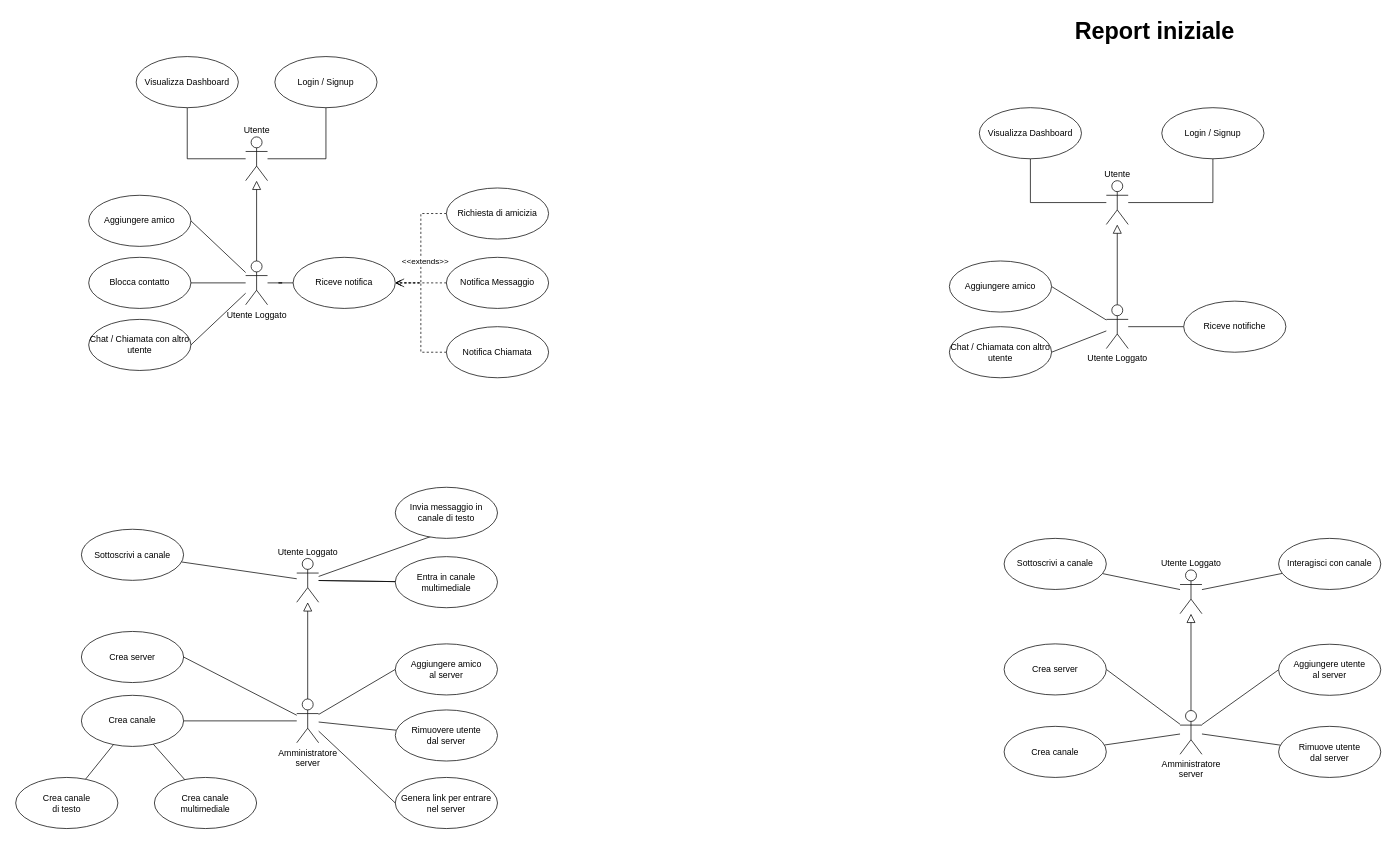
This is resources/schema.drawio from zucchero-sintattico/piperchat, a draw.io file, before an edit. Source tidied: cells renumbered, new cells numbered last; positions are measured from the earlier drawing's top-left corner, leaving out a move shared by most shapes. Both pictures are drawn from the tidied source at 73%, with x=0, y=0 at pixel (15, 12).
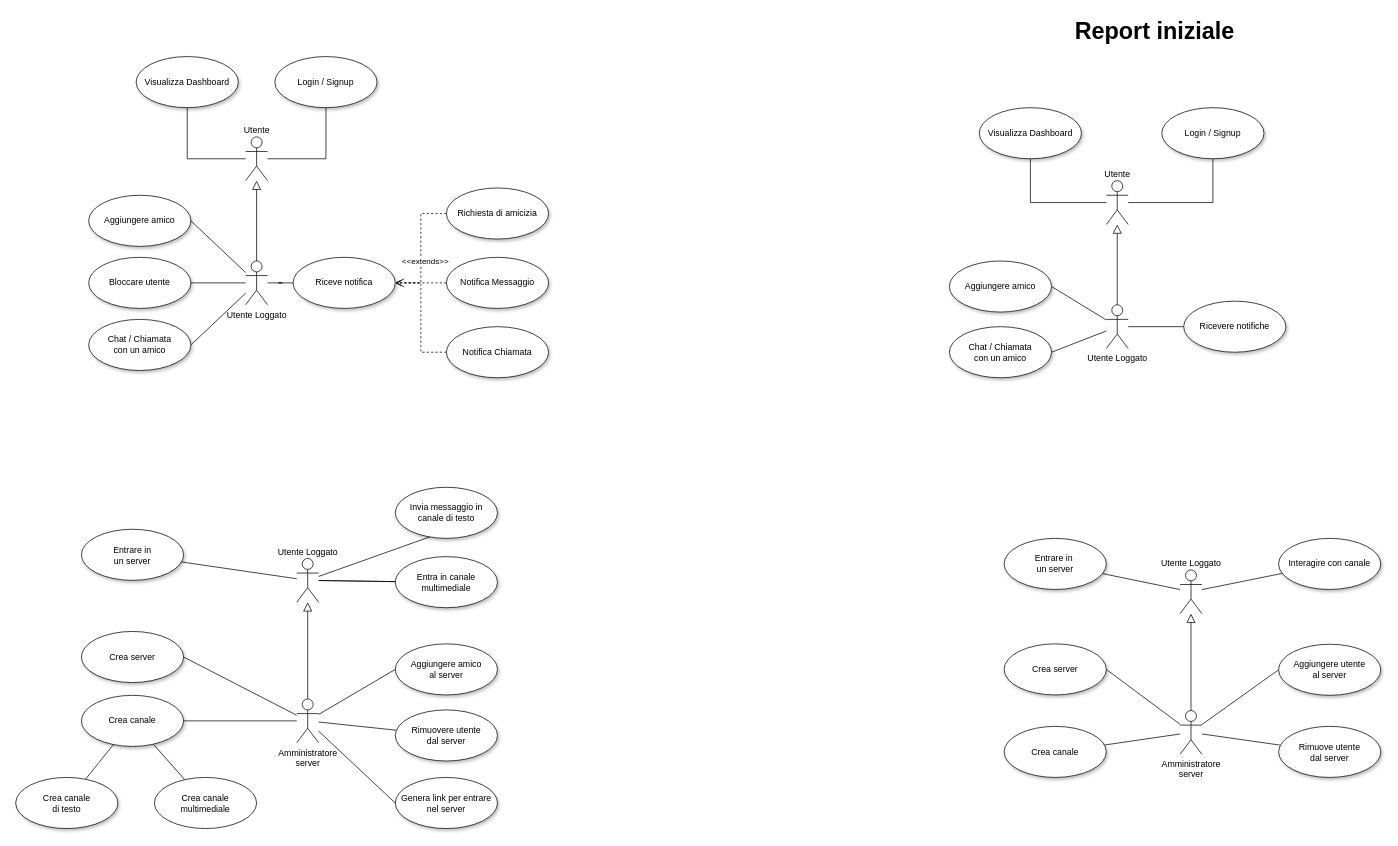
The same page after the edit.

Unchanged cells that the change refers to:
```xml
<mxCell id="43" value="Crea canale&lt;br&gt;multimediale" style="ellipse;whiteSpace=wrap;html=1;" parent="1" vertex="1">
  <mxGeometry x="190" y="1047.5" width="140" height="70" as="geometry" />
</mxCell>
```

What changed in the source:
```diff
@@
-    <mxCell id="10" value="Visualizza Dashboard" style="ellipse;whiteSpace=wrap;html=1;" parent="1" vertex="1">
+    <mxCell id="10" value="Visualizza Dashboard" style="ellipse;whiteSpace=wrap;html=1;shadow=1;" parent="1" vertex="1">
       <mxGeometry x="165" y="60" width="140" height="70" as="geometry" />
     </mxCell>
-    <mxCell id="11" value="Login / Signup" style="ellipse;whiteSpace=wrap;html=1;" parent="1" vertex="1">
+    <mxCell id="11" value="Login / Signup" style="ellipse;whiteSpace=wrap;html=1;shadow=1;" parent="1" vertex="1">
       <mxGeometry x="355" y="60" width="140" height="70" as="geometry" />
     </mxCell>
@@
-    <mxCell id="13" value="Aggiungere amico" style="ellipse;whiteSpace=wrap;html=1;" parent="1" vertex="1">
+    <mxCell id="13" value="Aggiungere amico" style="ellipse;whiteSpace=wrap;html=1;shadow=1;" parent="1" vertex="1">
       <mxGeometry x="100" y="250" width="140" height="70" as="geometry" />
     </mxCell>
-    <mxCell id="14" value="Blocca contatto" style="ellipse;whiteSpace=wrap;html=1;" parent="1" vertex="1">
+    <mxCell id="14" value="Bloccare utente" style="ellipse;whiteSpace=wrap;html=1;shadow=1;" parent="1" vertex="1">
       <mxGeometry x="100" y="335" width="140" height="70" as="geometry" />
     </mxCell>
-    <mxCell id="15" value="Chat / Chiamata con altro utente" style="ellipse;whiteSpace=wrap;html=1;" parent="1" vertex="1">
+    <mxCell id="15" value="Chat / Chiamata&lt;br&gt;con un amico" style="ellipse;whiteSpace=wrap;html=1;shadow=1;" parent="1" vertex="1">
       <mxGeometry x="100" y="420" width="140" height="70" as="geometry" />
     </mxCell>
-    <mxCell id="16" value="Riceve notifica" style="ellipse;whiteSpace=wrap;html=1;" parent="1" vertex="1">
+    <mxCell id="16" value="Riceve notifica" style="ellipse;whiteSpace=wrap;html=1;shadow=1;" parent="1" vertex="1">
       <mxGeometry x="380" y="335" width="140" height="70" as="geometry" />
     </mxCell>
@@
-    <mxCell id="18" value="Notifica Messaggio" style="ellipse;whiteSpace=wrap;html=1;" parent="1" vertex="1">
+    <mxCell id="18" value="Notifica Messaggio" style="ellipse;whiteSpace=wrap;html=1;shadow=1;" parent="1" vertex="1">
       <mxGeometry x="590" y="335" width="140" height="70" as="geometry" />
     </mxCell>
@@
-    <mxCell id="20" value="Notifica Chiamata" style="ellipse;whiteSpace=wrap;html=1;" parent="1" vertex="1">
+    <mxCell id="20" value="Notifica Chiamata" style="ellipse;whiteSpace=wrap;html=1;shadow=1;" parent="1" vertex="1">
       <mxGeometry x="590" y="430" width="140" height="70" as="geometry" />
     </mxCell>
@@
-    <mxCell id="23" value="Richiesta di amicizia" style="ellipse;whiteSpace=wrap;html=1;" parent="1" vertex="1">
+    <mxCell id="23" value="Richiesta di amicizia" style="ellipse;whiteSpace=wrap;html=1;shadow=1;" parent="1" vertex="1">
       <mxGeometry x="590" y="240" width="140" height="70" as="geometry" />
     </mxCell>
@@
-    <mxCell id="31" value="Aggiungere amico&lt;br&gt;al server" style="ellipse;whiteSpace=wrap;html=1;" parent="1" vertex="1">
+    <mxCell id="31" value="Aggiungere amico&lt;br&gt;al server" style="ellipse;whiteSpace=wrap;html=1;shadow=1;" parent="1" vertex="1">
       <mxGeometry x="520" y="864.5" width="140" height="70" as="geometry" />
     </mxCell>
@@
-    <mxCell id="36" value="Rimuovere utente&lt;br&gt;dal server" style="ellipse;whiteSpace=wrap;html=1;" parent="1" vertex="1">
+    <mxCell id="36" value="Rimuovere utente&lt;br&gt;dal server" style="ellipse;whiteSpace=wrap;html=1;shadow=1;" parent="1" vertex="1">
       <mxGeometry x="520" y="955" width="140" height="70" as="geometry" />
     </mxCell>
-    <mxCell id="37" value="Crea canale" style="ellipse;whiteSpace=wrap;html=1;" parent="1" vertex="1">
+    <mxCell id="37" value="Crea canale" style="ellipse;whiteSpace=wrap;html=1;shadow=1;" parent="1" vertex="1">
       <mxGeometry x="90" y="935" width="140" height="70" as="geometry" />
     </mxCell>
-    <mxCell id="38" value="Crea server" style="ellipse;whiteSpace=wrap;html=1;" parent="1" vertex="1">
+    <mxCell id="38" value="Crea server" style="ellipse;whiteSpace=wrap;html=1;shadow=1;" parent="1" vertex="1">
       <mxGeometry x="90" y="847.5" width="140" height="70" as="geometry" />
     </mxCell>
-    <mxCell id="39" value="Genera link per entrare nel server" style="ellipse;whiteSpace=wrap;html=1;" parent="1" vertex="1">
+    <mxCell id="39" value="Genera link per entrare nel server" style="ellipse;whiteSpace=wrap;html=1;shadow=1;" parent="1" vertex="1">
       <mxGeometry x="520" y="1047.5" width="140" height="70" as="geometry" />
     </mxCell>
-    <mxCell id="40" style="rounded=0;jettySize=auto;html=1;endArrow=none;endFill=0;" parent="1" edge="1" source="41" target="37">
+    <mxCell id="40" style="rounded=0;jettySize=auto;html=1;endArrow=none;endFill=0;shadow=0;" parent="1" edge="1" source="41" target="37">
       <mxGeometry relative="1" as="geometry" />
     </mxCell>
-    <mxCell id="41" value="Crea canale&lt;br&gt;di testo" style="ellipse;whiteSpace=wrap;html=1;" parent="1" vertex="1">
+    <mxCell id="41" value="Crea canale&lt;br&gt;di testo" style="ellipse;whiteSpace=wrap;html=1;shadow=1;" parent="1" vertex="1">
       <mxGeometry y="1047.5" width="140" height="70" as="geometry" />
     </mxCell>
-    <mxCell id="42" style="rounded=0;jettySize=auto;html=1;endArrow=none;endFill=0;" parent="1" edge="1" source="43" target="37">
+    <mxCell id="42" style="rounded=0;jettySize=auto;html=1;endArrow=none;endFill=0;shadow=1;" parent="1" edge="1" source="43" target="37">
       <mxGeometry relative="1" as="geometry" />
     </mxCell>
@@
-    <mxCell id="44" value="Invia messaggio in canale di testo" style="ellipse;whiteSpace=wrap;html=1;" parent="1" vertex="1">
+    <mxCell id="44" value="Invia messaggio in canale di testo" style="ellipse;whiteSpace=wrap;html=1;shadow=1;" parent="1" vertex="1">
       <mxGeometry x="520" y="650" width="140" height="70" as="geometry" />
     </mxCell>
@@
-    <mxCell id="46" value="Entra in canale multimediale" style="ellipse;whiteSpace=wrap;html=1;" parent="1" vertex="1">
+    <mxCell id="46" value="Entra in canale multimediale" style="ellipse;whiteSpace=wrap;html=1;shadow=1;" parent="1" vertex="1">
       <mxGeometry x="520" y="745" width="140" height="70" as="geometry" />
     </mxCell>
-    <mxCell id="47" value="Sottoscrivi a canale" style="ellipse;whiteSpace=wrap;html=1;" parent="1" vertex="1">
+    <mxCell id="47" value="Entrare in &lt;br&gt;un server" style="ellipse;whiteSpace=wrap;html=1;shadow=1;" parent="1" vertex="1">
       <mxGeometry x="90" y="707.5" width="140" height="70" as="geometry" />
     </mxCell>
@@
-    <mxCell id="55" value="Visualizza Dashboard" style="ellipse;whiteSpace=wrap;html=1;" parent="1" vertex="1">
+    <mxCell id="55" value="Visualizza Dashboard" style="ellipse;whiteSpace=wrap;html=1;shadow=1;" parent="1" vertex="1">
       <mxGeometry x="1320" y="130" width="140" height="70" as="geometry" />
     </mxCell>
-    <mxCell id="56" value="Login / Signup" style="ellipse;whiteSpace=wrap;html=1;" parent="1" vertex="1">
+    <mxCell id="56" value="Login / Signup" style="ellipse;whiteSpace=wrap;html=1;shadow=1;" parent="1" vertex="1">
       <mxGeometry x="1570" y="130" width="140" height="70" as="geometry" />
     </mxCell>
@@
-    <mxCell id="58" value="Aggiungere amico" style="ellipse;whiteSpace=wrap;html=1;" parent="1" vertex="1">
+    <mxCell id="58" value="Aggiungere amico" style="ellipse;whiteSpace=wrap;html=1;shadow=1;" parent="1" vertex="1">
       <mxGeometry x="1279" y="340" width="140" height="70" as="geometry" />
     </mxCell>
-    <mxCell id="59" value="Chat / Chiamata con altro utente" style="ellipse;whiteSpace=wrap;html=1;" parent="1" vertex="1">
+    <mxCell id="59" value="Chat / Chiamata&lt;br&gt;con un amico" style="ellipse;whiteSpace=wrap;html=1;shadow=1;" parent="1" vertex="1">
       <mxGeometry x="1279" y="430" width="140" height="70" as="geometry" />
     </mxCell>
-    <mxCell id="60" value="Riceve notifiche" style="ellipse;whiteSpace=wrap;html=1;" parent="1" vertex="1">
+    <mxCell id="60" value="Ricevere notifiche" style="ellipse;whiteSpace=wrap;html=1;shadow=1;" parent="1" vertex="1">
       <mxGeometry x="1600" y="395" width="140" height="70" as="geometry" />
     </mxCell>
@@
-    <mxCell id="68" value="Aggiungere utente&lt;br&gt;al server" style="ellipse;whiteSpace=wrap;html=1;" parent="1" vertex="1">
+    <mxCell id="68" value="Aggiungere utente&lt;br&gt;al server" style="ellipse;whiteSpace=wrap;html=1;shadow=1;" parent="1" vertex="1">
       <mxGeometry x="1730" y="865" width="140" height="70" as="geometry" />
     </mxCell>
@@
-    <mxCell id="72" value="Rimuove utente&lt;br&gt;dal server" style="ellipse;whiteSpace=wrap;html=1;" parent="1" vertex="1">
+    <mxCell id="72" value="Rimuove utente&lt;br&gt;dal server" style="ellipse;whiteSpace=wrap;html=1;shadow=1;" parent="1" vertex="1">
       <mxGeometry x="1730" y="977.5" width="140" height="70" as="geometry" />
     </mxCell>
-    <mxCell id="73" value="Crea canale" style="ellipse;whiteSpace=wrap;html=1;" parent="1" vertex="1">
+    <mxCell id="73" value="Crea canale" style="ellipse;whiteSpace=wrap;html=1;shadow=1;" parent="1" vertex="1">
       <mxGeometry x="1354" y="977.5" width="140" height="70" as="geometry" />
     </mxCell>
-    <mxCell id="74" value="Crea server" style="ellipse;whiteSpace=wrap;html=1;" parent="1" vertex="1">
+    <mxCell id="74" value="Crea server" style="ellipse;whiteSpace=wrap;html=1;shadow=1;" parent="1" vertex="1">
       <mxGeometry x="1354" y="864.5" width="140" height="70" as="geometry" />
     </mxCell>
-    <mxCell id="75" value="Sottoscrivi a canale" style="ellipse;whiteSpace=wrap;html=1;" parent="1" vertex="1">
+    <mxCell id="75" value="Entrare in&amp;nbsp;&lt;br style=&quot;border-color: var(--border-color);&quot;&gt;un server" style="ellipse;whiteSpace=wrap;html=1;shadow=1;" parent="1" vertex="1">
       <mxGeometry x="1354" y="720" width="140" height="70" as="geometry" />
     </mxCell>
-    <mxCell id="76" value="Interagisci con canale" style="ellipse;whiteSpace=wrap;html=1;" parent="1" vertex="1">
+    <mxCell id="76" value="Interagire con canale" style="ellipse;whiteSpace=wrap;html=1;shadow=1;" parent="1" vertex="1">
       <mxGeometry x="1730" y="720" width="140" height="70" as="geometry" />
     </mxCell>
```
